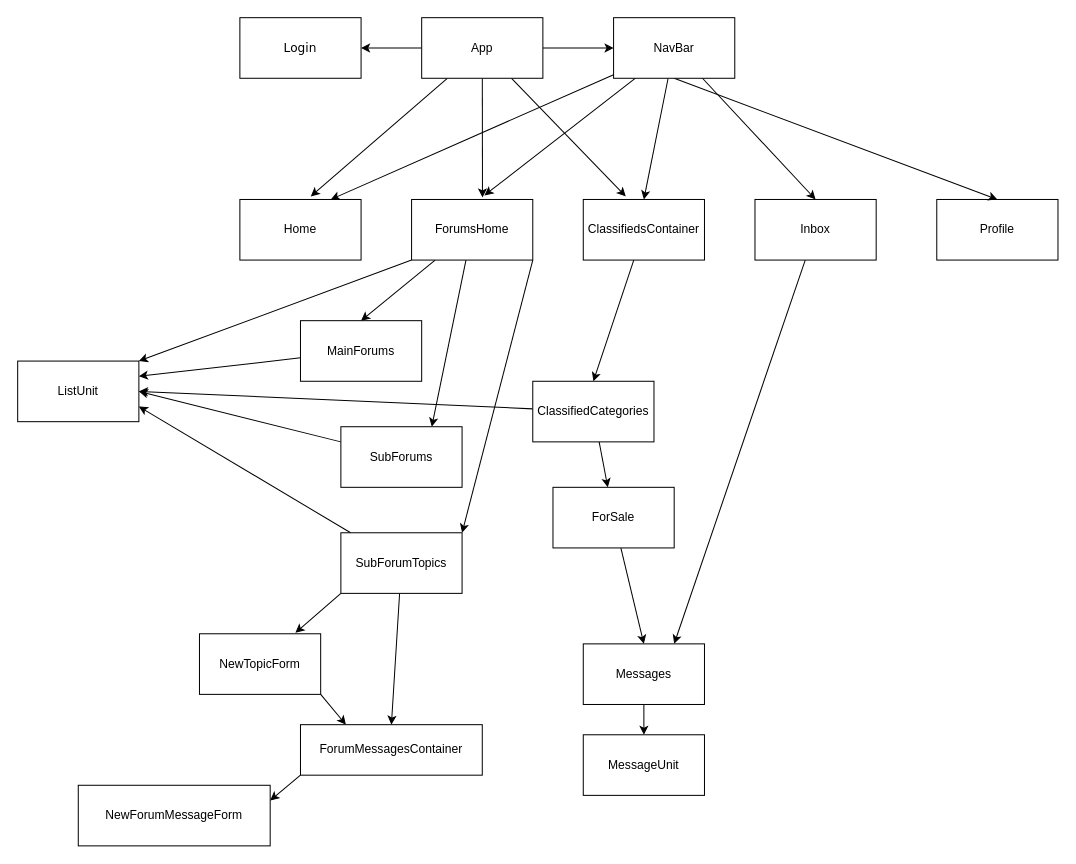
Before: client/wireframe.drawio in stringtheory92/CAPSTONE, a draw.io diagram. Source tidied: cells renumbered, new cells numbered last; positions are measured from the earlier drawing's top-left corner, leaving out a move shared by most shapes. Both pictures are drawn from the tidied source at 101%, with x=0, y=0 at pixel (17, 17).
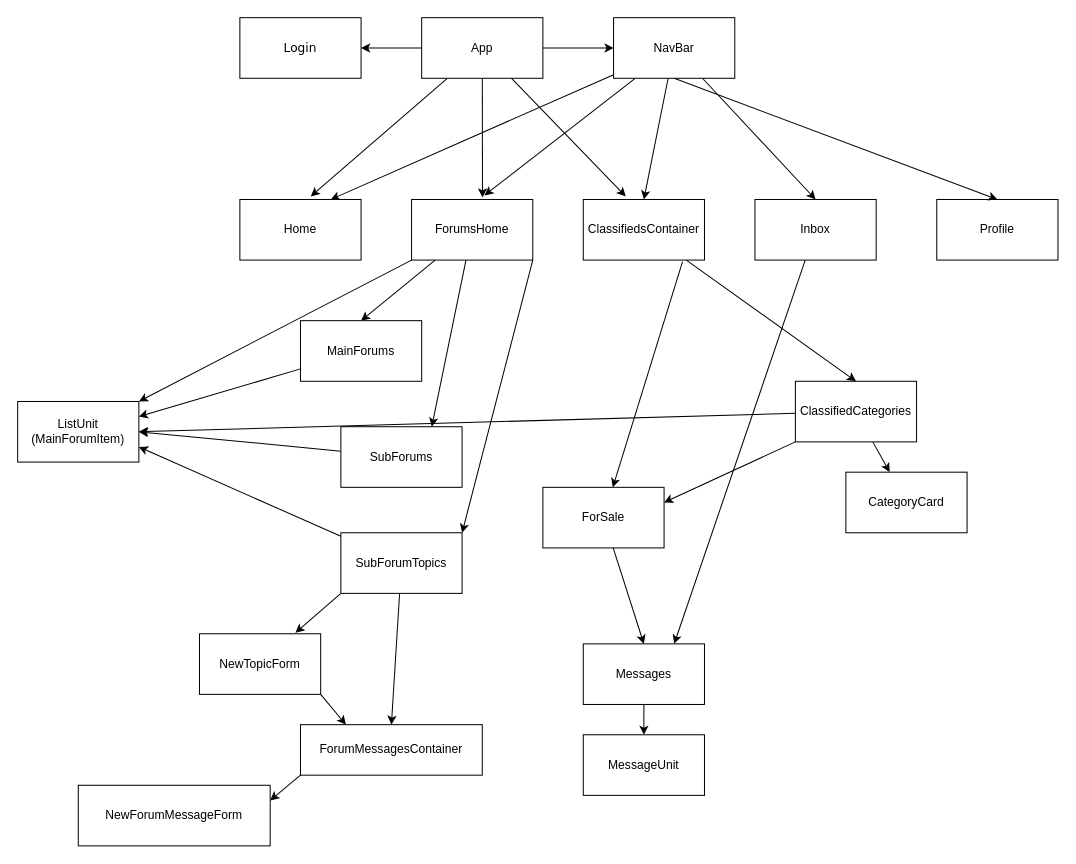
The same page after the edit.

The change refers to these unchanged cells:
```xml
<mxCell id="6" value="ClassifiedsContainer" style="rounded=0;whiteSpace=wrap;html=1;" parent="1" vertex="1">
  <mxGeometry x="560" y="180" width="120" height="60" as="geometry" />
</mxCell>
```

Change to the diagram source:
```diff
@@
-    <mxCell id="34" style="edgeStyle=none;html=1;fontFamily=Verdana;" parent="1" edge="1" source="36" target="38">
+    <mxCell id="34" style="edgeStyle=none;html=1;fontFamily=Verdana;exitX=0.819;exitY=1.025;exitDx=0;exitDy=0;exitPerimeter=0;" parent="1" edge="1" source="6" target="38">
       <mxGeometry relative="1" as="geometry" />
     </mxCell>
@@
+    <mxCell id="49" style="edgeStyle=none;html=1;exitX=0;exitY=1;exitDx=0;exitDy=0;entryX=1;entryY=0.25;entryDx=0;entryDy=0;" parent="1" edge="1" source="36" target="38">
+      <mxGeometry relative="1" as="geometry" />
+    </mxCell>
+    <mxCell id="50" style="edgeStyle=none;html=1;" parent="1" edge="1" source="36" target="51">
+      <mxGeometry relative="1" as="geometry" />
+    </mxCell>
     <mxCell id="36" value="ClassifiedCategories" style="rounded=0;whiteSpace=wrap;html=1;" parent="1" vertex="1">
-      <mxGeometry x="510" y="360" width="120" height="60" as="geometry" />
+      <mxGeometry x="770" y="360" width="120" height="60" as="geometry" />
     </mxCell>
@@
     <mxCell id="38" value="ForSale" style="rounded=0;whiteSpace=wrap;html=1;" parent="1" vertex="1">
-      <mxGeometry x="530" y="465" width="120" height="60" as="geometry" />
+      <mxGeometry x="520" y="465" width="120" height="60" as="geometry" />
     </mxCell>
@@
-    <mxCell id="40" value="ListUnit" style="rounded=0;whiteSpace=wrap;html=1;" parent="1" vertex="1">
-      <mxGeometry y="340" width="120" height="60" as="geometry" />
+    <mxCell id="40" value="ListUnit&lt;br&gt;(MainForumItem)" style="rounded=0;whiteSpace=wrap;html=1;" parent="1" vertex="1">
+      <mxGeometry y="380" width="120" height="60" as="geometry" />
     </mxCell>
@@
+    <mxCell id="51" value="CategoryCard" style="rounded=0;whiteSpace=wrap;html=1;" parent="1" vertex="1">
+      <mxGeometry x="820" y="450" width="120" height="60" as="geometry" />
+    </mxCell>
```
